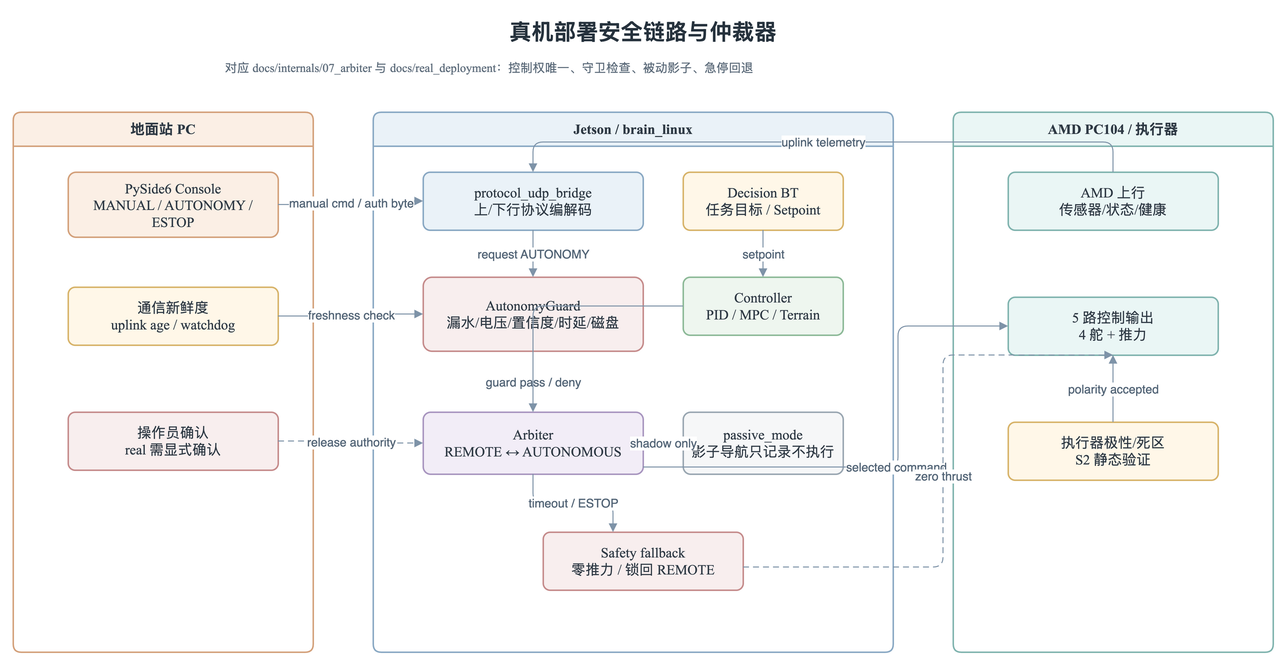
The draw.io diagram docs/thesis/figures/architecture/auv_safety_arbiter_deployment.drawio.png in 360ZMEM/AUV-Master-Project, before a commit. Source tidied: cells renumbered, new cells last; positions are measured from the earlier drawing's top-left corner, leaving out a move shared by most shapes.
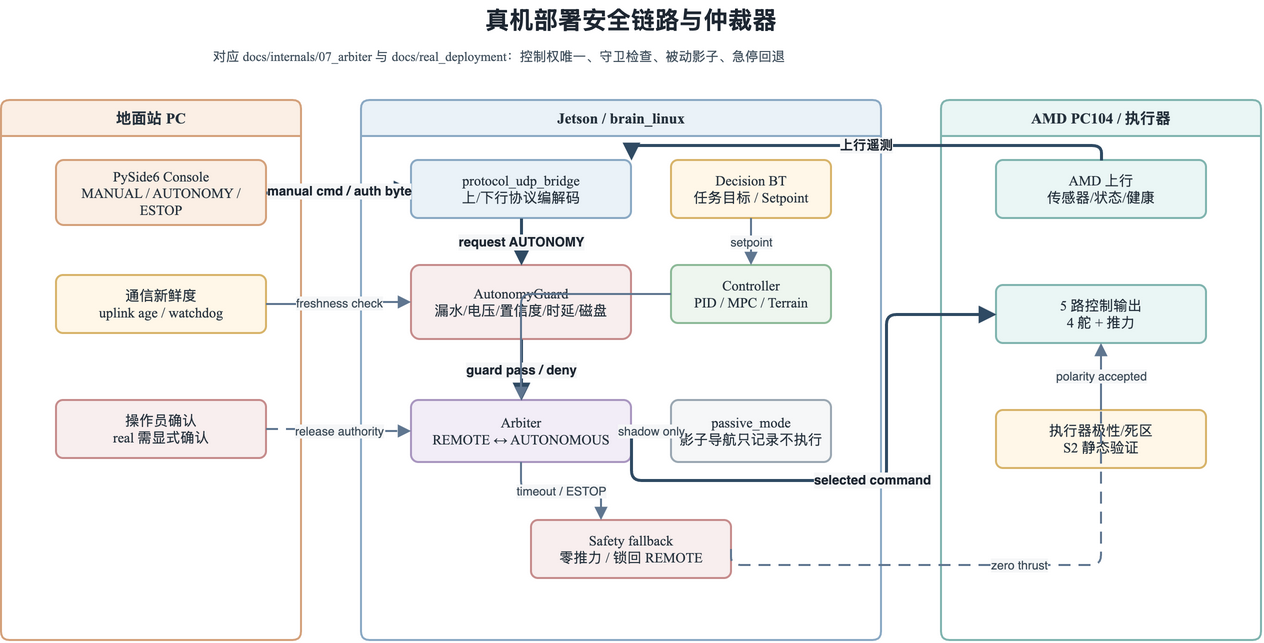
Above is the later version.

What changed in the source:
```diff
@@ -2,110 +2,111 @@
   <root>
     <mxCell id="0" />
     <mxCell id="1" parent="0" />
-    <mxCell id="2" value="真机部署安全链路与仲裁器" style="text;html=1;strokeColor=none;fillColor=none;align=center;verticalAlign=middle;whiteSpace=wrap;rounded=0;fontFamily=Noto Serif CJK SC,Times New Roman;fontSize=22;fontStyle=1;fontColor=#26323D;" parent="1" vertex="1">
+    <mxCell id="2" value="真机部署安全链路与仲裁器" style="text;html=1;strokeColor=none;fillColor=none;align=center;verticalAlign=middle;whiteSpace=wrap;rounded=0;fontFamily=Noto Serif CJK SC,Times New Roman;fontSize=24;fontStyle=1;fontColor=#1E2732;" parent="1" vertex="1">
       <mxGeometry x="280" width="700" height="40" as="geometry" />
     </mxCell>
-    <mxCell id="3" value="对应 docs/internals/07_arbiter 与 docs/real_deployment：控制权唯一、守卫检查、被动影子、急停回退" style="text;html=1;strokeColor=none;fillColor=none;align=left;verticalAlign=top;whiteSpace=wrap;rounded=0;fontFamily=Noto Serif CJK SC,Times New Roman;fontSize=12;fontColor=#5C6B7A;" parent="1" vertex="1">
+    <mxCell id="3" value="对应 docs/internals/07_arbiter 与 docs/real_deployment：控制权唯一、守卫检查、被动影子、急停回退" style="text;html=1;strokeColor=none;fillColor=none;align=left;verticalAlign=top;whiteSpace=wrap;rounded=0;fontFamily=Noto Serif CJK SC,Times New Roman;fontSize=13;fontColor=#43525F;" parent="1" vertex="1">
       <mxGeometry x="210" y="42" width="850" height="34" as="geometry" />
     </mxCell>
-    <mxCell id="4" value="地面站 PC" style="swimlane;whiteSpace=wrap;html=1;startSize=34;rounded=1;arcSize=8;fillColor=#FBEFE5;strokeColor=#D4A17B;strokeWidth=1.5;fontFamily=Noto Serif CJK SC,Times New Roman;fontSize=14;fontColor=#2F3A45;" parent="1" vertex="1">
+    <mxCell id="4" value="地面站 PC" style="swimlane;whiteSpace=wrap;html=1;startSize=36;rounded=1;arcSize=8;fillColor=#FBEFE5;strokeColor=#D4A17B;strokeWidth=2;fontFamily=Noto Serif CJK SC,Times New Roman;fontSize=14;fontColor=#26323D;fontStyle=1;fontSize=15;" parent="1" vertex="1">
       <mxGeometry y="100" width="300" height="540" as="geometry" />
     </mxCell>
-    <mxCell id="5" value="Jetson / brain_linux" style="swimlane;whiteSpace=wrap;html=1;startSize=34;rounded=1;arcSize=8;fillColor=#EAF2F8;strokeColor=#8AA9C4;strokeWidth=1.5;fontFamily=Noto Serif CJK SC,Times New Roman;fontSize=14;fontColor=#2F3A45;" parent="1" vertex="1">
+    <mxCell id="5" value="Jetson / brain_linux" style="swimlane;whiteSpace=wrap;html=1;startSize=36;rounded=1;arcSize=8;fillColor=#EAF2F8;strokeColor=#8AA9C4;strokeWidth=2;fontFamily=Noto Serif CJK SC,Times New Roman;fontSize=14;fontColor=#26323D;fontStyle=1;fontSize=15;" parent="1" vertex="1">
       <mxGeometry x="360" y="100" width="520" height="540" as="geometry" />
     </mxCell>
-    <mxCell id="6" value="AMD PC104 / 执行器" style="swimlane;whiteSpace=wrap;html=1;startSize=34;rounded=1;arcSize=8;fillColor=#EAF6F5;strokeColor=#80B4AF;strokeWidth=1.5;fontFamily=Noto Serif CJK SC,Times New Roman;fontSize=14;fontColor=#2F3A45;" parent="1" vertex="1">
+    <mxCell id="6" value="AMD PC104 / 执行器" style="swimlane;whiteSpace=wrap;html=1;startSize=36;rounded=1;arcSize=8;fillColor=#EAF6F5;strokeColor=#80B4AF;strokeWidth=2;fontFamily=Noto Serif CJK SC,Times New Roman;fontSize=14;fontColor=#26323D;fontStyle=1;fontSize=15;" parent="1" vertex="1">
       <mxGeometry x="940" y="100" width="320" height="540" as="geometry" />
     </mxCell>
-    <mxCell id="7" value="PySide6 Console&#10;MANUAL / AUTONOMY / ESTOP" style="rounded=1;whiteSpace=wrap;html=1;arcSize=12;fillColor=#FBEFE5;strokeColor=#D4A17B;strokeWidth=1.5;spacing=8;fontFamily=Noto Serif CJK SC,Times New Roman;fontSize=14;fontColor=#2F3A45;" parent="4" vertex="1">
+    <mxCell id="7" value="PySide6 Console&#10;MANUAL / AUTONOMY / ESTOP" style="rounded=1;whiteSpace=wrap;html=1;arcSize=12;fillColor=#FBEFE5;strokeColor=#D4A17B;strokeWidth=2;spacing=8;shadow=0;fontFamily=Noto Serif CJK SC,Times New Roman;fontSize=14;fontColor=#26323D;" parent="4" vertex="1">
       <mxGeometry x="55" y="60" width="210" height="65" as="geometry" />
     </mxCell>
-    <mxCell id="8" value="通信新鲜度&#10;uplink age / watchdog" style="rounded=1;whiteSpace=wrap;html=1;arcSize=12;fillColor=#FFF7E8;strokeColor=#D8B46A;strokeWidth=1.5;spacing=8;fontFamily=Noto Serif CJK SC,Times New Roman;fontSize=14;fontColor=#2F3A45;" parent="4" vertex="1">
+    <mxCell id="8" value="通信新鲜度&#10;uplink age / watchdog" style="rounded=1;whiteSpace=wrap;html=1;arcSize=12;fillColor=#FFF7E8;strokeColor=#D8B46A;strokeWidth=2;spacing=8;shadow=0;fontFamily=Noto Serif CJK SC,Times New Roman;fontSize=14;fontColor=#26323D;" parent="4" vertex="1">
       <mxGeometry x="55" y="175" width="210" height="58" as="geometry" />
     </mxCell>
-    <mxCell id="9" value="操作员确认&#10;real 需显式确认" style="rounded=1;whiteSpace=wrap;html=1;arcSize=12;fillColor=#F8EEEE;strokeColor=#C68C8C;strokeWidth=1.5;spacing=8;fontFamily=Noto Serif CJK SC,Times New Roman;fontSize=14;fontColor=#2F3A45;" parent="4" vertex="1">
+    <mxCell id="9" value="操作员确认&#10;real 需显式确认" style="rounded=1;whiteSpace=wrap;html=1;arcSize=12;fillColor=#F8EEEE;strokeColor=#C68C8C;strokeWidth=2;spacing=8;shadow=0;fontFamily=Noto Serif CJK SC,Times New Roman;fontSize=14;fontColor=#26323D;" parent="4" vertex="1">
       <mxGeometry x="55" y="300" width="210" height="58" as="geometry" />
     </mxCell>
-    <mxCell id="10" value="protocol_udp_bridge&#10;上/下行协议编解码" style="rounded=1;whiteSpace=wrap;html=1;arcSize=12;fillColor=#EAF2F8;strokeColor=#8AA9C4;strokeWidth=1.5;spacing=8;fontFamily=Noto Serif CJK SC,Times New Roman;fontSize=14;fontColor=#2F3A45;" parent="5" vertex="1">
+    <mxCell id="10" value="protocol_udp_bridge&#10;上/下行协议编解码" style="rounded=1;whiteSpace=wrap;html=1;arcSize=12;fillColor=#EAF2F8;strokeColor=#8AA9C4;strokeWidth=2;spacing=8;shadow=0;fontFamily=Noto Serif CJK SC,Times New Roman;fontSize=14;fontColor=#26323D;" parent="5" vertex="1">
       <mxGeometry x="50" y="60" width="220" height="58" as="geometry" />
     </mxCell>
-    <mxCell id="11" value="AutonomyGuard&#10;漏水/电压/置信度/时延/磁盘" style="rounded=1;whiteSpace=wrap;html=1;arcSize=12;fillColor=#F8EEEE;strokeColor=#C68C8C;strokeWidth=1.5;spacing=8;fontFamily=Noto Serif CJK SC,Times New Roman;fontSize=14;fontColor=#2F3A45;" parent="5" vertex="1">
+    <mxCell id="11" value="AutonomyGuard&#10;漏水/电压/置信度/时延/磁盘" style="rounded=1;whiteSpace=wrap;html=1;arcSize=12;fillColor=#F8EEEE;strokeColor=#C68C8C;strokeWidth=2;spacing=8;shadow=0;fontFamily=Noto Serif CJK SC,Times New Roman;fontSize=14;fontColor=#26323D;" parent="5" vertex="1">
       <mxGeometry x="50" y="165" width="220" height="74" as="geometry" />
     </mxCell>
-    <mxCell id="12" value="Arbiter&#10;REMOTE ↔ AUTONOMOUS" style="rounded=1;whiteSpace=wrap;html=1;arcSize=12;fillColor=#F2EDF7;strokeColor=#A996C0;strokeWidth=1.5;spacing=8;fontFamily=Noto Serif CJK SC,Times New Roman;fontSize=14;fontColor=#2F3A45;" parent="5" vertex="1">
+    <mxCell id="12" value="Arbiter&#10;REMOTE ↔ AUTONOMOUS" style="rounded=1;whiteSpace=wrap;html=1;arcSize=12;fillColor=#F2EDF7;strokeColor=#A996C0;strokeWidth=2;spacing=8;shadow=0;fontFamily=Noto Serif CJK SC,Times New Roman;fontSize=14;fontColor=#26323D;" parent="5" vertex="1">
       <mxGeometry x="50" y="300" width="220" height="62" as="geometry" />
     </mxCell>
-    <mxCell id="13" value="Controller&#10;PID / MPC / Terrain" style="rounded=1;whiteSpace=wrap;html=1;arcSize=12;fillColor=#EEF6EF;strokeColor=#8DBA98;strokeWidth=1.5;spacing=8;fontFamily=Noto Serif CJK SC,Times New Roman;fontSize=14;fontColor=#2F3A45;" parent="5" vertex="1">
+    <mxCell id="13" value="Controller&#10;PID / MPC / Terrain" style="rounded=1;whiteSpace=wrap;html=1;arcSize=12;fillColor=#EEF6EF;strokeColor=#8DBA98;strokeWidth=2;spacing=8;shadow=0;fontFamily=Noto Serif CJK SC,Times New Roman;fontSize=14;fontColor=#26323D;" parent="5" vertex="1">
       <mxGeometry x="310" y="165" width="160" height="58" as="geometry" />
     </mxCell>
-    <mxCell id="14" value="Decision BT&#10;任务目标 / Setpoint" style="rounded=1;whiteSpace=wrap;html=1;arcSize=12;fillColor=#FFF7E8;strokeColor=#D8B46A;strokeWidth=1.5;spacing=8;fontFamily=Noto Serif CJK SC,Times New Roman;fontSize=14;fontColor=#2F3A45;" parent="5" vertex="1">
+    <mxCell id="14" value="Decision BT&#10;任务目标 / Setpoint" style="rounded=1;whiteSpace=wrap;html=1;arcSize=12;fillColor=#FFF7E8;strokeColor=#D8B46A;strokeWidth=2;spacing=8;shadow=0;fontFamily=Noto Serif CJK SC,Times New Roman;fontSize=14;fontColor=#26323D;" parent="5" vertex="1">
       <mxGeometry x="310" y="60" width="160" height="58" as="geometry" />
     </mxCell>
-    <mxCell id="15" value="passive_mode&#10;影子导航只记录不执行" style="rounded=1;whiteSpace=wrap;html=1;arcSize=12;fillColor=#F6F7F8;strokeColor=#9AA7B2;strokeWidth=1.5;spacing=8;fontFamily=Noto Serif CJK SC,Times New Roman;fontSize=14;fontColor=#2F3A45;" parent="5" vertex="1">
+    <mxCell id="15" value="passive_mode&#10;影子导航只记录不执行" style="rounded=1;whiteSpace=wrap;html=1;arcSize=12;fillColor=#F6F7F8;strokeColor=#9AA7B2;strokeWidth=2;spacing=8;shadow=0;fontFamily=Noto Serif CJK SC,Times New Roman;fontSize=14;fontColor=#26323D;" parent="5" vertex="1">
       <mxGeometry x="310" y="300" width="160" height="62" as="geometry" />
     </mxCell>
-    <mxCell id="16" value="Safety fallback&#10;零推力 / 锁回 REMOTE" style="rounded=1;whiteSpace=wrap;html=1;arcSize=12;fillColor=#F8EEEE;strokeColor=#C68C8C;strokeWidth=1.5;spacing=8;fontFamily=Noto Serif CJK SC,Times New Roman;fontSize=14;fontColor=#2F3A45;" parent="5" vertex="1">
+    <mxCell id="16" value="Safety fallback&#10;零推力 / 锁回 REMOTE" style="rounded=1;whiteSpace=wrap;html=1;arcSize=12;fillColor=#F8EEEE;strokeColor=#C68C8C;strokeWidth=2;spacing=8;shadow=0;fontFamily=Noto Serif CJK SC,Times New Roman;fontSize=14;fontColor=#26323D;" parent="5" vertex="1">
       <mxGeometry x="170" y="420" width="200" height="58" as="geometry" />
     </mxCell>
-    <mxCell id="17" value="AMD 上行&#10;传感器/状态/健康" style="rounded=1;whiteSpace=wrap;html=1;arcSize=12;fillColor=#EAF6F5;strokeColor=#80B4AF;strokeWidth=1.5;spacing=8;fontFamily=Noto Serif CJK SC,Times New Roman;fontSize=14;fontColor=#2F3A45;" parent="6" vertex="1">
+    <mxCell id="17" value="AMD 上行&#10;传感器/状态/健康" style="rounded=1;whiteSpace=wrap;html=1;arcSize=12;fillColor=#EAF6F5;strokeColor=#80B4AF;strokeWidth=2;spacing=8;shadow=0;fontFamily=Noto Serif CJK SC,Times New Roman;fontSize=14;fontColor=#26323D;" parent="6" vertex="1">
       <mxGeometry x="55" y="60" width="210" height="58" as="geometry" />
     </mxCell>
-    <mxCell id="18" value="5 路控制输出&#10;4 舵 + 推力" style="rounded=1;whiteSpace=wrap;html=1;arcSize=12;fillColor=#EAF6F5;strokeColor=#80B4AF;strokeWidth=1.5;spacing=8;fontFamily=Noto Serif CJK SC,Times New Roman;fontSize=14;fontColor=#2F3A45;" parent="6" vertex="1">
+    <mxCell id="18" value="5 路控制输出&#10;4 舵 + 推力" style="rounded=1;whiteSpace=wrap;html=1;arcSize=12;fillColor=#EAF6F5;strokeColor=#80B4AF;strokeWidth=2;spacing=8;shadow=0;fontFamily=Noto Serif CJK SC,Times New Roman;fontSize=14;fontColor=#26323D;" parent="6" vertex="1">
       <mxGeometry x="55" y="185" width="210" height="58" as="geometry" />
     </mxCell>
-    <mxCell id="19" value="执行器极性/死区&#10;S2 静态验证" style="rounded=1;whiteSpace=wrap;html=1;arcSize=12;fillColor=#FFF7E8;strokeColor=#D8B46A;strokeWidth=1.5;spacing=8;fontFamily=Noto Serif CJK SC,Times New Roman;fontSize=14;fontColor=#2F3A45;" parent="6" vertex="1">
+    <mxCell id="19" value="执行器极性/死区&#10;S2 静态验证" style="rounded=1;whiteSpace=wrap;html=1;arcSize=12;fillColor=#FFF7E8;strokeColor=#D8B46A;strokeWidth=2;spacing=8;shadow=0;fontFamily=Noto Serif CJK SC,Times New Roman;fontSize=14;fontColor=#26323D;" parent="6" vertex="1">
       <mxGeometry x="55" y="310" width="210" height="58" as="geometry" />
     </mxCell>
-    <mxCell id="20" value="manual cmd / auth byte" style="edgeStyle=orthogonalEdgeStyle;rounded=1;jettySize=auto;html=1;strokeColor=#7E93A8;fontColor=#536577;fontSize=12;endArrow=block;endFill=1;exitX=1;entryX=0;" parent="1" edge="1" source="7" target="10">
+    <mxCell id="20" value="manual cmd / auth byte" style="edgeStyle=orthogonalEdgeStyle;rounded=1;jettySize=auto;html=1;strokeColor=#2F4A63;fontColor=#1E2732;fontSize=13;fontStyle=1;strokeWidth=3;labelBackgroundColor=#F6F7F8;labelBorderColor=none;endArrow=block;endFill=1;endSize=10;exitX=1;entryX=0;" parent="1" edge="1" source="7" target="10">
       <mxGeometry relative="1" as="geometry" />
     </mxCell>
-    <mxCell id="21" value="freshness check" style="edgeStyle=orthogonalEdgeStyle;rounded=1;jettySize=auto;html=1;strokeColor=#7E93A8;fontColor=#536577;fontSize=12;endArrow=block;endFill=1;exitX=1;entryX=0;" parent="1" edge="1" source="8" target="11">
+    <mxCell id="21" value="freshness check" style="edgeStyle=orthogonalEdgeStyle;rounded=1;jettySize=auto;html=1;strokeColor=#5F7690;fontColor=#3B4A57;fontSize=12;strokeWidth=2;labelBackgroundColor=#F6F7F8;labelBorderColor=none;endArrow=block;endFill=1;endSize=8;exitX=1;entryX=0;" parent="1" edge="1" source="8" target="11">
       <mxGeometry relative="1" as="geometry" />
     </mxCell>
-    <mxCell id="22" value="release authority" style="edgeStyle=orthogonalEdgeStyle;rounded=1;jettySize=auto;html=1;strokeColor=#7E93A8;fontColor=#536577;fontSize=12;endArrow=block;endFill=1;dashed=1;dashPattern=6 4;exitX=1;entryX=0;" parent="1" edge="1" source="9" target="12">
+    <mxCell id="22" value="release authority" style="edgeStyle=orthogonalEdgeStyle;rounded=1;jettySize=auto;html=1;strokeColor=#5F7690;fontColor=#3B4A57;fontSize=12;strokeWidth=2;labelBackgroundColor=#F6F7F8;labelBorderColor=none;endArrow=block;endFill=1;endSize=8;dashed=1;dashPattern=6 4;exitX=1;entryX=0;" parent="1" edge="1" source="9" target="12">
       <mxGeometry relative="1" as="geometry" />
     </mxCell>
-    <mxCell id="23" value="uplink telemetry" style="edgeStyle=orthogonalEdgeStyle;rounded=1;jettySize=auto;html=1;strokeColor=#7E93A8;fontColor=#536577;fontSize=12;endArrow=block;endFill=1;exitX=0;entryX=1;" parent="1" edge="1" source="17" target="10">
+    <mxCell id="23" value="上行遥测" style="edgeStyle=orthogonalEdgeStyle;rounded=1;jettySize=auto;html=1;strokeColor=#2F4A63;fontColor=#1E2732;fontSize=13;fontStyle=1;strokeWidth=3;labelBackgroundColor=#F6F7F8;labelBorderColor=none;endArrow=block;endFill=1;endSize=10;exitX=0.5;exitY=0;entryX=1;entryY=0;" parent="1" edge="1" source="17" target="10">
       <mxGeometry relative="1" as="geometry">
         <Array as="points">
-          <mxPoint x="930" y="130" />
-          <mxPoint x="650" y="130" />
+          <mxPoint x="1100" y="145" />
+          <mxPoint x="630" y="145" />
         </Array>
       </mxGeometry>
     </mxCell>
-    <mxCell id="24" value="request AUTONOMY" style="edgeStyle=orthogonalEdgeStyle;rounded=1;jettySize=auto;html=1;strokeColor=#7E93A8;fontColor=#536577;fontSize=12;endArrow=block;endFill=1;exitX=0.5;exitY=1;entryX=0.5;entryY=0;" parent="1" edge="1" source="10" target="11">
+    <mxCell id="24" value="request AUTONOMY" style="edgeStyle=orthogonalEdgeStyle;rounded=1;jettySize=auto;html=1;strokeColor=#2F4A63;fontColor=#1E2732;fontSize=13;fontStyle=1;strokeWidth=3;labelBackgroundColor=#F6F7F8;labelBorderColor=none;endArrow=block;endFill=1;endSize=10;exitX=0.5;exitY=1;entryX=0.5;entryY=0;" parent="1" edge="1" source="10" target="11">
       <mxGeometry relative="1" as="geometry" />
     </mxCell>
-    <mxCell id="25" value="guard pass / deny" style="edgeStyle=orthogonalEdgeStyle;rounded=1;jettySize=auto;html=1;strokeColor=#7E93A8;fontColor=#536577;fontSize=12;endArrow=block;endFill=1;exitX=0.5;exitY=1;entryX=0.5;entryY=0;" parent="1" edge="1" source="11" target="12">
+    <mxCell id="25" value="guard pass / deny" style="edgeStyle=orthogonalEdgeStyle;rounded=1;jettySize=auto;html=1;strokeColor=#2F4A63;fontColor=#1E2732;fontSize=13;fontStyle=1;strokeWidth=3;labelBackgroundColor=#F6F7F8;labelBorderColor=none;endArrow=block;endFill=1;endSize=10;exitX=0.5;exitY=1;entryX=0.5;entryY=0;" parent="1" edge="1" source="11" target="12">
       <mxGeometry relative="1" as="geometry" />
     </mxCell>
-    <mxCell id="26" value="setpoint" style="edgeStyle=orthogonalEdgeStyle;rounded=1;jettySize=auto;html=1;strokeColor=#7E93A8;fontColor=#536577;fontSize=12;endArrow=block;endFill=1;exitX=0.5;exitY=1;entryX=0.5;entryY=0;" parent="1" edge="1" source="14" target="13">
+    <mxCell id="26" value="setpoint" style="edgeStyle=orthogonalEdgeStyle;rounded=1;jettySize=auto;html=1;strokeColor=#5F7690;fontColor=#3B4A57;fontSize=12;strokeWidth=2;labelBackgroundColor=#F6F7F8;labelBorderColor=none;endArrow=block;endFill=1;endSize=8;exitX=0.5;exitY=1;entryX=0.5;entryY=0;" parent="1" edge="1" source="14" target="13">
       <mxGeometry relative="1" as="geometry" />
     </mxCell>
-    <mxCell id="27" style="edgeStyle=orthogonalEdgeStyle;rounded=1;jettySize=auto;html=1;strokeColor=#7E93A8;fontColor=#536577;fontSize=12;endArrow=block;endFill=1;exitX=0;entryX=1;" parent="1" edge="1" source="13" target="12">
+    <mxCell id="27" style="edgeStyle=orthogonalEdgeStyle;rounded=1;jettySize=auto;html=1;strokeColor=#5F7690;fontColor=#3B4A57;fontSize=12;strokeWidth=2;labelBackgroundColor=#F6F7F8;labelBorderColor=none;endArrow=block;endFill=1;endSize=8;exitX=0;entryX=1;" parent="1" edge="1" source="13" target="12">
       <mxGeometry relative="1" as="geometry" />
     </mxCell>
-    <mxCell id="28" value="selected command" style="edgeStyle=orthogonalEdgeStyle;rounded=1;jettySize=auto;html=1;strokeColor=#7E93A8;fontColor=#536577;fontSize=12;endArrow=block;endFill=1;exitX=1;entryX=0;" parent="1" edge="1" source="12" target="18">
+    <mxCell id="28" value="selected command" style="edgeStyle=orthogonalEdgeStyle;rounded=1;jettySize=auto;html=1;strokeColor=#2F4A63;fontColor=#1E2732;fontSize=13;fontStyle=1;strokeWidth=3;labelBackgroundColor=#F6F7F8;labelBorderColor=none;endArrow=block;endFill=1;endSize=10;exitX=1;exitY=0.5;entryX=0;entryY=0.5;" parent="1" edge="1" source="12" target="18">
       <mxGeometry relative="1" as="geometry">
         <Array as="points">
-          <mxPoint x="885" y="455" />
+          <mxPoint x="885" y="480" />
         </Array>
       </mxGeometry>
     </mxCell>
-    <mxCell id="29" value="timeout / ESTOP" style="edgeStyle=orthogonalEdgeStyle;rounded=1;jettySize=auto;html=1;strokeColor=#7E93A8;fontColor=#536577;fontSize=12;endArrow=block;endFill=1;exitX=0.5;exitY=1;entryX=0.35;entryY=0;" parent="1" edge="1" source="12" target="16">
+    <mxCell id="29" value="timeout / ESTOP" style="edgeStyle=orthogonalEdgeStyle;rounded=1;jettySize=auto;html=1;strokeColor=#5F7690;fontColor=#3B4A57;fontSize=12;strokeWidth=2;labelBackgroundColor=#F6F7F8;labelBorderColor=none;endArrow=block;endFill=1;endSize=8;exitX=0.5;exitY=1;entryX=0.35;entryY=0;" parent="1" edge="1" source="12" target="16">
       <mxGeometry relative="1" as="geometry" />
     </mxCell>
-    <mxCell id="30" value="zero thrust" style="edgeStyle=orthogonalEdgeStyle;rounded=1;jettySize=auto;html=1;strokeColor=#7E93A8;fontColor=#536577;fontSize=12;endArrow=block;endFill=1;dashed=1;dashPattern=6 4;exitX=1;entryX=0.5;entryY=1;" parent="1" edge="1" source="16" target="18">
+    <mxCell id="30" value="zero thrust" style="edgeStyle=orthogonalEdgeStyle;rounded=1;jettySize=auto;html=1;strokeColor=#5F7690;fontColor=#3B4A57;fontSize=12;strokeWidth=2;labelBackgroundColor=#F6F7F8;labelBorderColor=none;endArrow=block;endFill=1;endSize=8;dashed=1;dashPattern=6 4;exitX=1;exitY=0.5;entryX=0.5;entryY=1;" parent="1" edge="1" source="16" target="18">
       <mxGeometry relative="1" as="geometry">
         <Array as="points">
-          <mxPoint x="930" y="555" />
+          <mxPoint x="850" y="565" />
+          <mxPoint x="1045" y="565" />
         </Array>
       </mxGeometry>
     </mxCell>
-    <mxCell id="31" value="shadow only" style="edgeStyle=orthogonalEdgeStyle;rounded=1;jettySize=auto;html=1;strokeColor=#7E93A8;fontColor=#536577;fontSize=12;endArrow=block;endFill=1;dashed=1;dashPattern=6 4;exitX=0;entryX=1;" parent="1" edge="1" source="15" target="12">
+    <mxCell id="31" value="shadow only" style="edgeStyle=orthogonalEdgeStyle;rounded=1;jettySize=auto;html=1;strokeColor=#5F7690;fontColor=#3B4A57;fontSize=12;strokeWidth=2;labelBackgroundColor=#F6F7F8;labelBorderColor=none;endArrow=block;endFill=1;endSize=8;dashed=1;dashPattern=6 4;exitX=0;entryX=1;" parent="1" edge="1" source="15" target="12">
       <mxGeometry relative="1" as="geometry" />
     </mxCell>
-    <mxCell id="32" value="polarity accepted" style="edgeStyle=orthogonalEdgeStyle;rounded=1;jettySize=auto;html=1;strokeColor=#7E93A8;fontColor=#536577;fontSize=12;endArrow=block;endFill=1;exitX=0.5;exitY=0;entryX=0.5;entryY=1;" parent="1" edge="1" source="19" target="18">
+    <mxCell id="32" value="polarity accepted" style="edgeStyle=orthogonalEdgeStyle;rounded=1;jettySize=auto;html=1;strokeColor=#5F7690;fontColor=#3B4A57;fontSize=12;strokeWidth=2;labelBackgroundColor=#F6F7F8;labelBorderColor=none;endArrow=block;endFill=1;endSize=8;exitX=0.5;exitY=0;entryX=0.5;entryY=1;" parent="1" edge="1" source="19" target="18">
       <mxGeometry relative="1" as="geometry" />
     </mxCell>
   </root>
```
